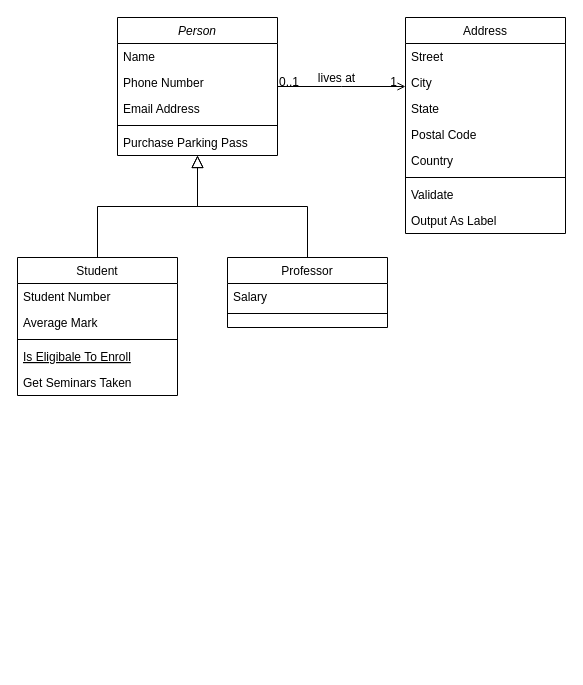
This is Untitled Diagram.drawio from CeceliaCD/Project2-PayrollProcessingSys, a draw.io file, before an edit. Source tidied: cells renumbered, new cells numbered last; positions are measured from the earlier drawing's top-left corner, leaving out a move shared by most shapes. Both pictures are drawn from the tidied source at 100%, with x=0, y=0 at pixel (17, 17).
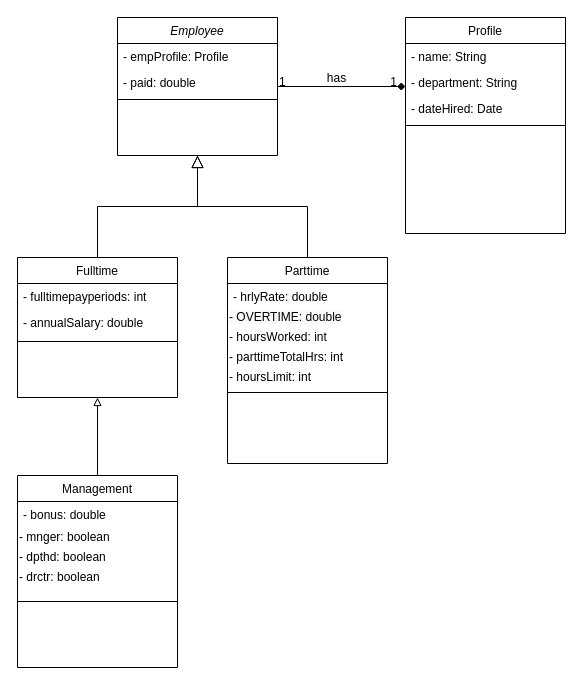
The same page after the edit.

What changed in the source:
```diff
@@
-    <mxCell id="2" value="Person" style="swimlane;fontStyle=2;align=center;verticalAlign=top;horizontal=1;startSize=26;rounded=0;shadow=0;strokeWidth=1;" parent="1" vertex="1">
+    <mxCell id="2" value="Employee" style="swimlane;fontStyle=2;align=center;verticalAlign=top;horizontal=1;startSize=26;rounded=0;shadow=0;strokeWidth=1;" parent="1" vertex="1">
       <mxGeometry x="100" width="160" height="138" as="geometry" />
     </mxCell>
-    <mxCell id="3" value="Name" style="text;align=left;verticalAlign=top;spacingLeft=4;spacingRight=4;overflow=hidden;" parent="2" vertex="1">
+    <mxCell id="3" value="- empProfile: Profile" style="text;align=left;verticalAlign=top;spacingLeft=4;spacingRight=4;overflow=hidden;" parent="2" vertex="1">
       <mxGeometry y="26" width="160" height="26" as="geometry" />
     </mxCell>
-    <mxCell id="4" value="Phone Number" style="text;align=left;verticalAlign=top;spacingLeft=4;spacingRight=4;overflow=hidden;rounded=0;shadow=0;html=0;" parent="2" vertex="1">
+    <mxCell id="4" value="- paid: double" style="text;align=left;verticalAlign=top;spacingLeft=4;spacingRight=4;overflow=hidden;rounded=0;shadow=0;html=0;" parent="2" vertex="1">
       <mxGeometry y="52" width="160" height="26" as="geometry" />
     </mxCell>
-    <mxCell id="5" value="Email Address" style="text;align=left;verticalAlign=top;spacingLeft=4;spacingRight=4;overflow=hidden;rounded=0;shadow=0;html=0;" parent="2" vertex="1">
-      <mxGeometry y="78" width="160" height="26" as="geometry" />
-    </mxCell>
     <mxCell id="6" style="line;html=1;strokeWidth=1;align=left;verticalAlign=middle;spacingTop=-1;spacingLeft=3;spacingRight=3;labelPosition=right;" parent="2" vertex="1">
-      <mxGeometry y="104" width="160" height="8" as="geometry" />
+      <mxGeometry y="78" width="160" height="8" as="geometry" />
     </mxCell>
-    <mxCell id="7" value="Purchase Parking Pass" style="text;align=left;verticalAlign=top;spacingLeft=4;spacingRight=4;overflow=hidden;" parent="2" vertex="1">
-      <mxGeometry y="112" width="160" height="26" as="geometry" />
-    </mxCell>
-    <mxCell id="8" value="Student" style="swimlane;fontStyle=0;align=center;verticalAlign=top;horizontal=1;startSize=26;rounded=0;shadow=0;strokeWidth=1;" parent="1" vertex="1">
-      <mxGeometry y="240" width="160" height="138" as="geometry" />
+    <mxCell id="8" value="Fulltime" style="swimlane;fontStyle=0;align=center;verticalAlign=top;horizontal=1;startSize=26;rounded=0;shadow=0;strokeWidth=1;" parent="1" vertex="1">
+      <mxGeometry y="240" width="160" height="140" as="geometry" />
     </mxCell>
-    <mxCell id="9" value="Student Number" style="text;align=left;verticalAlign=top;spacingLeft=4;spacingRight=4;overflow=hidden;" parent="8" vertex="1">
+    <mxCell id="9" value="- fulltimepayperiods: int" style="text;align=left;verticalAlign=top;spacingLeft=4;spacingRight=4;overflow=hidden;" parent="8" vertex="1">
       <mxGeometry y="26" width="160" height="26" as="geometry" />
     </mxCell>
-    <mxCell id="10" value="Average Mark" style="text;align=left;verticalAlign=top;spacingLeft=4;spacingRight=4;overflow=hidden;rounded=0;shadow=0;html=0;" parent="8" vertex="1">
-      <mxGeometry y="52" width="160" height="26" as="geometry" />
+    <mxCell id="10" value="- annualSalary: double" style="text;align=left;verticalAlign=top;spacingLeft=4;spacingRight=4;overflow=hidden;rounded=0;shadow=0;html=0;" parent="8" vertex="1">
+      <mxGeometry y="52" width="160" height="28" as="geometry" />
     </mxCell>
     <mxCell id="11" style="line;html=1;strokeWidth=1;align=left;verticalAlign=middle;spacingTop=-1;spacingLeft=3;spacingRight=3;labelPosition=right;" parent="8" vertex="1">
-      <mxGeometry y="78" width="160" height="8" as="geometry" />
+      <mxGeometry y="80" width="160" height="8" as="geometry" />
     </mxCell>
-    <mxCell id="12" value="Is Eligibale To Enroll" style="text;align=left;verticalAlign=top;spacingLeft=4;spacingRight=4;overflow=hidden;fontStyle=4;" parent="8" vertex="1">
-      <mxGeometry y="86" width="160" height="26" as="geometry" />
-    </mxCell>
-    <mxCell id="13" value="Get Seminars Taken" style="text;align=left;verticalAlign=top;spacingLeft=4;spacingRight=4;overflow=hidden;" parent="8" vertex="1">
-      <mxGeometry y="112" width="160" height="26" as="geometry" />
-    </mxCell>
@@
-    <mxCell id="15" value="Professor" style="swimlane;fontStyle=0;align=center;verticalAlign=top;horizontal=1;startSize=26;rounded=0;shadow=0;strokeWidth=1;" parent="1" vertex="1">
-      <mxGeometry x="210" y="240" width="160" height="70" as="geometry" />
+    <mxCell id="15" value="Parttime" style="swimlane;fontStyle=0;align=center;verticalAlign=top;horizontal=1;startSize=26;rounded=0;shadow=0;strokeWidth=1;" parent="1" vertex="1">
+      <mxGeometry x="210" y="240" width="160" height="206" as="geometry" />
     </mxCell>
-    <mxCell id="16" value="Salary" style="text;align=left;verticalAlign=top;spacingLeft=4;spacingRight=4;overflow=hidden;" parent="15" vertex="1">
-      <mxGeometry y="26" width="160" height="26" as="geometry" />
+    <mxCell id="16" value="- hrlyRate: double&#10;&#10;" style="text;align=left;verticalAlign=top;spacingLeft=4;spacingRight=4;overflow=hidden;" parent="15" vertex="1">
+      <mxGeometry y="26" width="160" height="24" as="geometry" />
     </mxCell>
+    <mxCell id="32" value="&lt;span style=&quot;color: rgb(0 , 0 , 0) ; font-family: &amp;#34;helvetica&amp;#34; ; font-size: 12px ; font-style: normal ; font-weight: 400 ; letter-spacing: normal ; text-indent: 0px ; text-transform: none ; word-spacing: 0px ; background-color: rgb(248 , 249 , 250) ; display: inline ; float: none&quot;&gt;- OVERTIME: double&lt;/span&gt;" style="text;html=1;align=left;verticalAlign=middle;" parent="15" vertex="1">
+      <mxGeometry y="50" width="160" height="20" as="geometry" />
+    </mxCell>
+    <mxCell id="33" value="&lt;span style=&quot;&quot;&gt;- hoursWorked: int&lt;/span&gt;" style="text;html=1;align=left;verticalAlign=middle;" parent="15" vertex="1">
+      <mxGeometry y="70" width="160" height="20" as="geometry" />
+    </mxCell>
+    <mxCell id="34" value="&lt;span&gt;- parttimeTotalHrs: int&lt;/span&gt;" style="text;html=1;align=left;verticalAlign=middle;" parent="15" vertex="1">
+      <mxGeometry y="90" width="160" height="20" as="geometry" />
+    </mxCell>
+    <mxCell id="35" value="&lt;span&gt;- hoursLimit: int&lt;/span&gt;" style="text;html=1;align=left;verticalAlign=middle;" parent="15" vertex="1">
+      <mxGeometry y="110" width="160" height="20" as="geometry" />
+    </mxCell>
     <mxCell id="17" style="line;html=1;strokeWidth=1;align=left;verticalAlign=middle;spacingTop=-1;spacingLeft=3;spacingRight=3;labelPosition=right;" parent="15" vertex="1">
-      <mxGeometry y="52" width="160" height="8" as="geometry" />
+      <mxGeometry y="130" width="160" height="10" as="geometry" />
     </mxCell>
@@
-    <mxCell id="19" value="Address" style="swimlane;fontStyle=0;align=center;verticalAlign=top;horizontal=1;startSize=26;rounded=0;shadow=0;strokeWidth=1;" parent="1" vertex="1">
+    <mxCell id="19" value="Profile" style="swimlane;fontStyle=0;align=center;verticalAlign=top;horizontal=1;startSize=26;rounded=0;shadow=0;strokeWidth=1;" parent="1" vertex="1">
       <mxGeometry x="388" width="160" height="216" as="geometry" />
     </mxCell>
-    <mxCell id="20" value="Street" style="text;align=left;verticalAlign=top;spacingLeft=4;spacingRight=4;overflow=hidden;" parent="19" vertex="1">
+    <mxCell id="20" value="- name: String" style="text;align=left;verticalAlign=top;spacingLeft=4;spacingRight=4;overflow=hidden;" parent="19" vertex="1">
       <mxGeometry y="26" width="160" height="26" as="geometry" />
     </mxCell>
-    <mxCell id="21" value="City" style="text;align=left;verticalAlign=top;spacingLeft=4;spacingRight=4;overflow=hidden;rounded=0;shadow=0;html=0;" parent="19" vertex="1">
+    <mxCell id="21" value="- department: String" style="text;align=left;verticalAlign=top;spacingLeft=4;spacingRight=4;overflow=hidden;rounded=0;shadow=0;html=0;" parent="19" vertex="1">
       <mxGeometry y="52" width="160" height="26" as="geometry" />
     </mxCell>
-    <mxCell id="22" value="State" style="text;align=left;verticalAlign=top;spacingLeft=4;spacingRight=4;overflow=hidden;rounded=0;shadow=0;html=0;" parent="19" vertex="1">
+    <mxCell id="22" value="- dateHired: Date" style="text;align=left;verticalAlign=top;spacingLeft=4;spacingRight=4;overflow=hidden;rounded=0;shadow=0;html=0;" parent="19" vertex="1">
       <mxGeometry y="78" width="160" height="26" as="geometry" />
     </mxCell>
-    <mxCell id="23" value="Postal Code" style="text;align=left;verticalAlign=top;spacingLeft=4;spacingRight=4;overflow=hidden;rounded=0;shadow=0;html=0;" parent="19" vertex="1">
-      <mxGeometry y="104" width="160" height="26" as="geometry" />
-    </mxCell>
-    <mxCell id="24" value="Country" style="text;align=left;verticalAlign=top;spacingLeft=4;spacingRight=4;overflow=hidden;rounded=0;shadow=0;html=0;" parent="19" vertex="1">
-      <mxGeometry y="130" width="160" height="26" as="geometry" />
-    </mxCell>
     <mxCell id="25" style="line;html=1;strokeWidth=1;align=left;verticalAlign=middle;spacingTop=-1;spacingLeft=3;spacingRight=3;labelPosition=right;" parent="19" vertex="1">
-      <mxGeometry y="156" width="160" height="8" as="geometry" />
+      <mxGeometry y="104" width="160" height="8" as="geometry" />
     </mxCell>
-    <mxCell id="26" value="Validate" style="text;align=left;verticalAlign=top;spacingLeft=4;spacingRight=4;overflow=hidden;" parent="19" vertex="1">
-      <mxGeometry y="164" width="160" height="26" as="geometry" />
-    </mxCell>
-    <mxCell id="27" value="Output As Label" style="text;align=left;verticalAlign=top;spacingLeft=4;spacingRight=4;overflow=hidden;" parent="19" vertex="1">
-      <mxGeometry y="190" width="160" height="26" as="geometry" />
-    </mxCell>
-    <mxCell id="28" style="endArrow=open;shadow=0;strokeWidth=1;rounded=0;endFill=1;edgeStyle=elbowEdgeStyle;elbow=vertical;" parent="1" edge="1" source="2" target="19">
+    <mxCell id="28" style="endArrow=diamond;shadow=0;strokeWidth=1;rounded=0;endFill=1;edgeStyle=elbowEdgeStyle;elbow=vertical;" parent="1" edge="1" source="2" target="19">
       <mxGeometry x="0.5" y="41" relative="1" as="geometry">
         <mxPoint x="-40" y="32" as="offset" />
       </mxGeometry>
     </mxCell>
-    <mxCell id="29" value="0..1" style="align=left;verticalAlign=bottom;labelBackgroundColor=none;fontSize=12;" parent="28" vertex="1">
+    <mxCell id="29" value="1" style="align=left;verticalAlign=bottom;labelBackgroundColor=none;fontSize=12;" parent="28" vertex="1">
       <mxGeometry x="-1" relative="1" as="geometry">
         <mxPoint y="4" as="offset" />
       </mxGeometry>
     </mxCell>
@@
-    <mxCell id="31" value="lives at" style="text;html=1;align=center;verticalAlign=middle;labelBackgroundColor=none;rounded=0;shadow=0;strokeWidth=1;fontSize=12;" parent="28" vertex="1">
+    <mxCell id="31" value="has" style="text;html=1;align=center;verticalAlign=middle;labelBackgroundColor=none;rounded=0;shadow=0;strokeWidth=1;fontSize=12;" parent="28" vertex="1">
       <mxGeometry x="0.5" y="49" relative="1" as="geometry">
         <mxPoint x="-38" y="40" as="offset" />
       </mxGeometry>
     </mxCell>
+    <mxCell id="36" style="edgeStyle=orthogonalEdgeStyle;rounded=0;jettySize=auto;html=1;endArrow=block;endFill=0;" parent="1" edge="1" source="37">
+      <mxGeometry relative="1" as="geometry">
+        <mxPoint x="80" y="380" as="targetPoint" />
+      </mxGeometry>
+    </mxCell>
+    <mxCell id="37" value="Management" style="swimlane;fontStyle=0;align=center;verticalAlign=top;horizontal=1;startSize=26;rounded=0;shadow=0;strokeWidth=1;" parent="1" vertex="1">
+      <mxGeometry y="458" width="160" height="192" as="geometry" />
+    </mxCell>
+    <mxCell id="38" value="- bonus: double&#10;" style="text;align=left;verticalAlign=top;spacingLeft=4;spacingRight=4;overflow=hidden;" parent="37" vertex="1">
+      <mxGeometry y="26" width="160" height="26" as="geometry" />
+    </mxCell>
+    <mxCell id="39" value="- mnger: boolean" style="text;html=1;align=left;verticalAlign=middle;" parent="37" vertex="1">
+      <mxGeometry y="52" width="160" height="20" as="geometry" />
+    </mxCell>
+    <mxCell id="40" value="- dpthd: boolean" style="text;html=1;align=left;verticalAlign=middle;" parent="37" vertex="1">
+      <mxGeometry y="72" width="160" height="20" as="geometry" />
+    </mxCell>
+    <mxCell id="41" value="- drctr: boolean" style="text;html=1;align=left;verticalAlign=middle;" parent="37" vertex="1">
+      <mxGeometry y="92" width="160" height="20" as="geometry" />
+    </mxCell>
+    <mxCell id="42" style="line;html=1;strokeWidth=1;align=left;verticalAlign=middle;spacingTop=-1;spacingLeft=3;spacingRight=3;labelPosition=right;" parent="37" vertex="1">
+      <mxGeometry y="112" width="160" height="28" as="geometry" />
+    </mxCell>
```
